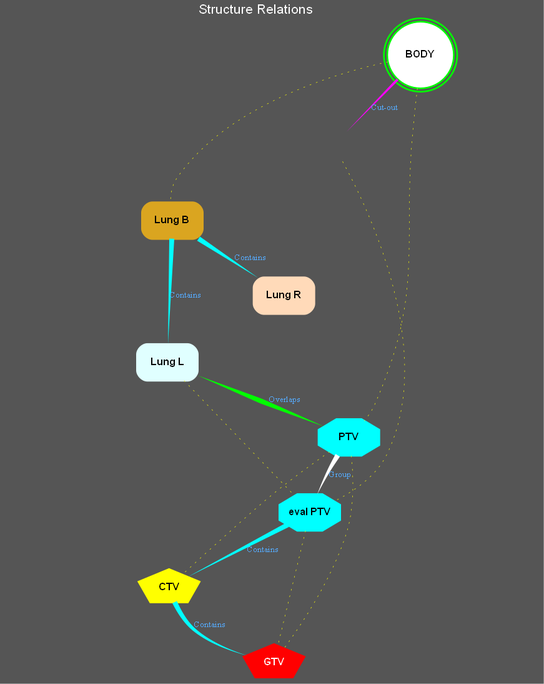
The Graphviz diagram test_graph.png in GregSal/StructureRelations, before a commit. Its source is kept beside it as test_graph.gv.
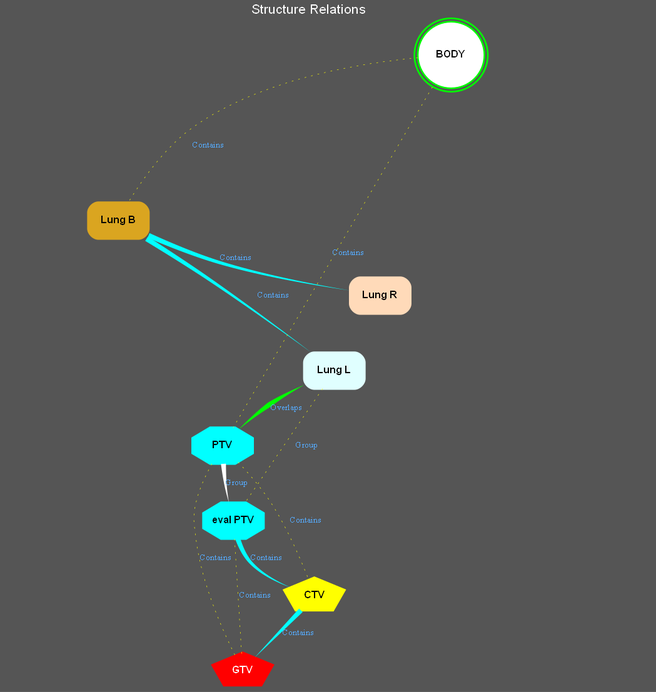
The same file after the commit.

Diff of the diagram source:
```diff
@@ -1,5 +1,5 @@
 strict graph "" {
-	graph [bb="0,0,683,816.2",
+	graph [bb="0,0,825,826.2",
 		bgcolor="#555555",
 		clusterrank=none,
 		fontcolor=white,
@@ -8,7 +8,7 @@
 		label="Structure Relations",
 		labelloc=t,
 		lheight=0.25,
-		lp="341.5,803.2",
+		lp="412.5,813.2",
 		lwidth=1.92
 	];
 	node [fixedsize=shape,
@@ -18,6 +18,7 @@
 		height=0.6,
 		label="\N",
 		labelloc=c,
+		nojustify=True,
 		penwidth=3,
 		style=filled,
 		width=1
@@ -28,116 +29,17 @@
 		fontcolor="#55AAFF",
 		fontsize=10,
 		labelfloat=False,
-		labelfontname=Times,
+		labelfontname=Cambria,
 		penwidth=3,
 		style=solid
 	];
-	subgraph External {
-		graph [cluster=True];
-		1	[color="#00ff00",
-			fillcolor=white,
-			fontcolor="#000000",
-			height=1.1111,
-			label=BODY,
-			penwidth=2,
-			pos="539,750.2",
-			shape=doublecircle,
-			tooltip="ID: BODY
-ROI: 1
-
-DICOM Type EXTERNAL
-Code: BODY
-Label: Body
-Scheme: 99VMS_STRUCTCODE
-Volume: 28951.626 cc
-Length: 33.8 cm
-Range: (\
-\
-10.6cm, -23.2cm)",
-			width=1.1111];
-	}
-	subgraph Target {
-		graph [cluster=True];
-		38	[color="#ff0000",
-			fontcolor="#FFFFFF",
-			height=0.59722,
-			label=GTV,
-			pos="363,21.5",
-			shape=pentagon,
-			tooltip="ID: GTV
-ROI: 38
-
-DICOM Type GTV
-Code: GTVp
-Label: Primary Gross Tumor Volume
-Scheme: 99VMS_STRUCTCODE
-Volume: 8.03 cc
-Length: 2.6 \
-\
-cm
-Range: (-0.4cm, -3cm)"];
-		24	[color="#ffff00",
-			fontcolor="#000000",
-			height=0.59722,
-			label=CTV,
-			pos="237,111.5",
-			shape=pentagon,
-			tooltip="ID: CTV
-ROI: 24
-
-DICOM Type GTV
-Code: ITV
-Label: Internal Target Volume
-Scheme: 99VMS_STRUCTCODE
-Volume: 34.45 cc
-Length: 3.6 cm
-\
-\
-Range: (0cm, -3.6cm)"];
-		30	[color="#00ffff",
-			fontcolor="#000000",
-			height=0.59722,
-			label=PTV,
-			pos="453,291.5",
-			shape=octagon,
-			tooltip="ID: PTV
-ROI: 30
-
-DICOM Type PTV
-Code: PTVp
-Label: Primary Planning Target Volume
-Scheme: 99VMS_STRUCTCODE
-Volume: 74.649 cc
-Length: \
-\
-4.6 cm
-Range: (0.6cm, -4.0cm)"];
-		41	[color="#00ffff",
-			fontcolor="#000000",
-			height=0.59722,
-			label="eval PTV",
-			pos="406,201.5",
-			shape=octagon,
-			tooltip="ID: eval PTV
-ROI: 41
-
-DICOM Type PTV
-Code: PTVp
-Label: Primary Planning Target Volume
-Scheme: 99VMS_STRUCTCODE
-Volume: 74.649 cc
-\
-\
-Length: 4.6 cm
-Range: (0.6cm, -4.0cm)"];
-	}
 	subgraph Organ {
 		graph [cluster=True];
 		26	[color="#e0ffff",
 			fontcolor="#000000",
 			height=0.59722,
 			label="Lung L",
-			pos="235,381.5",
+			pos="443,381.5",
 			shape=rectangle,
 			style="rounded, filled",
 			tooltip="ID: Lung L
@@ -154,7 +56,7 @@
 			fontcolor="#000000",
 			height=0.59722,
 			label="Lung R",
-			pos="375,461.5",
+			pos="498,471.5",
 			shape=rectangle,
 			style="rounded, filled",
 			tooltip="ID: Lung R
@@ -173,7 +75,7 @@
 			fontcolor="#000000",
 			height=0.59722,
 			label="Lung B",
-			pos="241,551.5",
+			pos="184,561.5",
 			shape=rectangle,
 			style="rounded, filled",
 			tooltip="ID: Lung B
@@ -191,7 +93,7 @@
 		2	[color="#f0fff0",
 			fontcolor="#000000",
 			label=Skin,
-			pos="435,641.6",
+			pos="341,651.6",
 			shape=point,
 			style=invis,
 			tooltip="ID: Skin
@@ -206,136 +108,338 @@
 Range: (10.6cm, -23.2cm)",
 			width=0.6];
 	}
-	26 -- 38	[pos="214.89,359.83 178.57,319.86 108.41,229.07 138,151 167.58,72.971 272.43,40.553 327.94,28.616",
+	subgraph Target {
+		graph [cluster=True];
+		38	[color="#ff0000",
+			fontcolor="#FFFFFF",
+			height=0.59722,
+			label=GTV,
+			pos="333,21.5",
+			shape=pentagon,
+			tooltip="ID: GTV
+ROI: 38
+
+DICOM Type GTV
+Code: GTVp
+Label: Primary Gross Tumor Volume
+Scheme: 99VMS_STRUCTCODE
+Volume: 8.03 cc
+Length: 2.6 \
+\
+cm
+Range: (-0.4cm, -3cm)"];
+		24	[color="#ffff00",
+			fontcolor="#000000",
+			height=0.59722,
+			label=CTV,
+			pos="419,111.5",
+			shape=pentagon,
+			tooltip="ID: CTV
+ROI: 24
+
+DICOM Type GTV
+Code: ITV
+Label: Internal Target Volume
+Scheme: 99VMS_STRUCTCODE
+Volume: 34.45 cc
+Length: 3.6 cm
+\
+\
+Range: (0cm, -3.6cm)"];
+		30	[color="#00ffff",
+			fontcolor="#000000",
+			height=0.59722,
+			label=PTV,
+			pos="309,291.5",
+			shape=octagon,
+			tooltip="ID: PTV
+ROI: 30
+
+DICOM Type PTV
+Code: PTVp
+Label: Primary Planning Target Volume
+Scheme: 99VMS_STRUCTCODE
+Volume: 74.649 cc
+Length: \
+\
+4.6 cm
+Range: (0.6cm, -4.0cm)"];
+		41	[color="#00ffff",
+			fontcolor="#000000",
+			height=0.59722,
+			label="eval PTV",
+			pos="322,201.5",
+			shape=octagon,
+			tooltip="ID: eval PTV
+ROI: 41
+
+DICOM Type PTV
+Code: PTVp
+Label: Primary Planning Target Volume
+Scheme: 99VMS_STRUCTCODE
+Volume: 74.649 cc
+\
+\
+Length: 4.6 cm
+Range: (0.6cm, -4.0cm)"];
+	}
+	subgraph External {
+		graph [cluster=True];
+		1	[color="#00ff00",
+			fillcolor=white,
+			fontcolor="#000000",
+			height=1.1111,
+			label=BODY,
+			penwidth=2,
+			pos="583,760.2",
+			shape=doublecircle,
+			tooltip="ID: BODY
+ROI: 1
+
+DICOM Type EXTERNAL
+Code: BODY
+Label: Body
+Scheme: 99VMS_STRUCTCODE
+Volume: 28951.626 cc
+Length: 33.8 cm
+Range: (\
+\
+10.6cm, -23.2cm)",
+			width=1.1111];
+	}
+	26 -- 38	[color=cyan,
+		dir=forward,
+		label=Contains,
+		lp="552.5,201.5",
+		penwidth=6,
+		pos="479.29,368.62 491.58,362.66 503.96,354.07 511,342 568.38,243.57 526.39,185.33 464,90 441.72,55.963 396.58,38.168 365.57,29.569",
 		style=invis];
-	26 -- 24	[pos="235.15,359.92 235.53,309.29 236.5,179.35 236.86,131",
+	26 -- 24	[color=cyan,
+		dir=forward,
+		label=Contains,
+		lp="455.5,246.5",
+		penwidth=6,
+		pos="442.56,359.94 441.6,323.54 438.75,245.45 431,180 429.03,163.33 425.59,144.55 422.89,131.04",
 		style=invis];
 	26 -- 30	[color=green,
 		dir=both,
 		label=Overlaps,
-		lp="375.5,336.5",
+		lp="385.5,336.5",
 		penwidth=6,
-		pos="271.49,365.77 314.15,348.55 383.95,320.37 423.4,304.45",
+		pos="406.83,364.36 393.88,358.02 379.43,350.28 367,342 353.12,332.75 338.85,320.62 327.94,310.68",
 		style=tapered];
 	26 -- 41	[color=yellow,
+		dir=forward,
+		label=Group,
+		lp="410.5,291.5",
 		penwidth=0.5,
-		pos="254.95,359.73 288.52,324.79 355.77,254.79 387.99,221.25",
+		pos="428.9,359.83 419.79,346.47 407.69,328.71 397,313 375.75,281.75 351.15,245.5 336.09,223.28",
 		style=dotted];
-	27 -- 26	[pos="338.99,440.79 328.06,434.78 316.03,428.14 305,422 294.03,415.89 282.12,409.19 271.29,403.08",
+	27 -- 26	[label=Disjoint,
+		lp="476,426.5",
+		pos="473.3,449.71 468.03,444.36 462.89,438.32 459,432 453.6,423.23 449.84,412.46 447.32,403.2",
 		style=invis];
-	27 -- 38	[pos="368.45,439.89 353.48,390.25 319.03,260.09 332,151 336.74,111.12 349.49,65.715 357.08,40.975",
+	27 -- 38	[label=Disjoint,
+		lp="620,246.5",
+		pos="520.71,449.69 526.28,444.16 532.06,438.04 537,432 586.68,371.31 621.83,347.02 607,270 585.28,157.22 556.24,115.25 455,61 426.71,\
+\
+45.842 391.49,35.53 366.17,29.422",
 		style=invis];
-	27 -- 24	[pos="345.85,439.89 339.94,434.61 334.25,428.56 330,422 329.47,421.18 250.3,151.94 250,151 247.87,144.27 245.42,136.93 243.23,130.47",
+	27 -- 24	[label=Disjoint,
+		lp="586,291.5",
+		pos="510.59,449.72 539.28,399.45 602.97,268.84 549,180 528.07,145.55 483.22,127.89 452.1,119.42",
 		style=invis];
-	27 -- 30	[pos="384.73,439.73 387.41,433.99 390.32,427.75 393,422 410.88,383.59 431.64,338.71 443.46,313.14",
+	27 -- 30	[label=Disjoint,
+		lp="381,381.5",
+		pos="461.99,459.5 432.56,448.99 391.47,430.6 364,403 338.45,377.33 322.67,337.4 314.89,313.22",
 		style=invis];
-	27 -- 41	[pos="377.48,439.82 383.29,391.51 397.69,271.68 403.5,223.28",
+	27 -- 41	[label=Disjoint,
+		lp="497,336.5",
+		pos="499.12,449.9 499.67,427.21 498.57,389.97 488,360 472.01,314.66 462.35,303.64 428,270 404.62,247.1 372.24,227.86 349.44,215.86",
 		style=invis];
 	25 -- 26	[color=cyan,
 		dir=forward,
 		label=Contains,
-		lp="256.5,461.5",
+		lp="369.5,471.5",
 		penwidth=6,
-		pos="240.26,529.9 239.11,497.57 236.88,435.28 235.73,403.01",
+		pos="217.74,539.71 238.73,526.61 266.17,509.17 290,493 334.6,462.73 385.06,425.74 415.43,403.16",
 		style=tapered];
 	25 -- 27	[color=cyan,
 		dir=forward,
 		label=Contains,
-		lp="334.5,506.5",
+		lp="324.5,516.5",
 		penwidth=6,
-		pos="272.42,529.87 293.92,515.75 322.32,497.1 343.78,483",
+		pos="220.19,543.73 244.13,533.15 276.45,519.87 306,511 359.24,495.02 422.79,483.75 461.77,477.69",
 		style=tapered];
-	25 -- 38	[pos="204.79,547.12 156.22,540.37 76,520.45 76,462.5 76,462.5 76,462.5 76,335.5 76,222.4 69.381,175.86 143,90 190.2,34.952 281.06,24.031 \
-\
-329.94,22.336",
+	25 -- 38	[color=cyan,
+		dir=forward,
+		label=Contains,
+		lp="64.5,291.5",
+		penwidth=6,
+		pos="147.74,553.73 106.86,543.76 46,520.81 46,472.5 46,472.5 46,472.5 46,110.5 46,58.319 221.61,33.927 298.1,25.778",
 		style=invis];
-	25 -- 24	[pos="204.95,542.03 167.4,530.81 114,507.03 114,462.5 114,462.5 114,462.5 114,335.5 114,292.69 141.2,289.41 162,252 186.32,208.26 213.97,\
-\
-156.21 227.92,129.77",
+	25 -- 24	[color=cyan,
+		dir=forward,
+		label=Contains,
+		lp="113.5,336.5",
+		penwidth=6,
+		pos="166.03,539.95 133.53,500.21 70.509,409.76 95,331 134.28,204.7 212.95,208.64 332,151 352.66,140.99 376.54,130.5 394.04,123",
 		style=invis];
-	25 -- 30	[pos="277.11,547.83 318.74,542.66 385.79,527.5 420,483 459.08,432.18 458.21,351.15 455.26,313.28",
+	25 -- 30	[color=green,
+		dir=both,
+		label=Overlaps,
+		lp="231.5,426.5",
+		penwidth=6,
+		pos="186.18,539.85 191.56,497.13 208.76,397.5 257,331 263.99,321.36 274.11,313.11 283.56,306.74",
 		style=invis];
-	25 -- 41	[pos="226.58,529.97 203.36,494.17 162.9,418.57 190,360 226.35,281.45 324.38,233.76 374.92,213.65",
+	25 -- 41	[color=cyan,
+		dir=forward,
+		label=Contains,
+		lp="156.5,381.5",
+		penwidth=6,
+		pos="175.02,539.98 151.34,482.41 94.788,318.51 181,241 211.66,213.44 232.52,234.88 272,223 279.19,220.84 286.77,218.03 293.79,215.18",
 		style=invis];
-	2 -- 26	[pos="419.71,625.67 396.53,602.58 351.83,556.25 320,512 298.49,482.11 299.35,470.69 279,440 270.6,427.32 260.31,413.78 251.79,403.03",
+	2 -- 26	[label=Disjoint,
+		lp="423,516.5",
+		pos="351.05,632.3 364.25,607.74 387.55,562.53 403,522 418.71,480.8 431.63,430.74 438.24,403.19",
 		style=invis];
-	2 -- 27	[pos="428.35,620.86 416.91,586.9 393.61,517.73 381.96,483.15",
+	2 -- 27	[label=Disjoint,
+		lp="473,561.5",
+		pos="359,638.72 369.74,631.39 383.49,621.59 395,612 409.25,600.13 413.15,597.27 425,583 449.24,553.82 472.56,516.35 486.07,493.4",
 		style=invis];
 	2 -- 25	[label=Disjoint,
-		lp="275,596.5",
-		pos="413.54,638.54 371.61,634.11 280.9,622.39 258,602 249.86,594.75 245.61,583.42 243.4,573.43",
+		lp="256,606.5",
+		pos="320.04,645.15 298.66,639.04 265.03,627.86 239,612 225.95,604.04 213.14,592.79 203.18,583.02",
 		style=invis];
-	2 -- 38	[pos="452.19,628.32 502.34,590.89 645,472.58 645,337.5 645,337.5 645,337.5 645,110.5 645,59.277 473.31,34.413 397.86,25.96",
+	2 -- 38	[color=blue,
+		dir=forward,
+		label=Island,
+		lp="12.5,336.5",
+		pos="325.21,636.66 321.7,634.13 317.87,631.74 314,630 275.58,612.78 262.21,620.6 221,612 122.47,591.43 0,663.16 0,562.5 0,562.5 0,562.5 \
+\
+0,110.5 0,49.133 214.06,29.601 298.93,24.269",
 		style=invis];
-	2 -- 24	[pos="413.37,640.47 330.53,639.38 38,630.07 38,552.5 38,552.5 38,552.5 38,335.5 38,230.42 162.52,152.05 214.56,123.88",
+	2 -- 24	[color=blue,
+		dir=forward,
+		label=Island,
+		lp="637.5,381.5",
+		pos="361.95,645.96 393.86,637.97 455.01,618.9 494,583 612.42,473.97 621.75,411.81 641,252 648.52,189.59 596.53,182.26 542,151 526.18,\
+\
+141.93 480.64,128.8 449.64,120.46",
 		style=invis];
-	2 -- 30	[pos="438.6,620.02 445.63,578.93 461.09,483.71 468,403 470.31,375.97 469.56,369.12 470,342 470.08,337.11 471.01,335.78 470,331 468.73,\
+	2 -- 30	[color=blue,
+		dir=forward,
+		label=Island,
+		lp="273.5,471.5",
+		pos="340.35,629.82 338.37,600.08 330.62,545.22 301,511 288.24,496.26 271.59,509.37 261,493 241.61,463.02 281.59,358 300.18,313.11",
+		style=invis];
+	2 -- 41	[color=blue,
+		dir=forward,
+		label=Island,
+		lp="193.5,426.5",
+		pos="334.25,630.67 323.99,602.22 302.5,549.19 273,511 265.49,501.27 261.33,501.01 252,493 220.43,465.91 198.36,469.81 181,432 161.09,\
 \
-324.99 466.47,318.79 463.99,313.15",
+388.65 262.45,268.66 304.45,221.7",
 		style=invis];
-	2 -- 41	[color=yellow,
-		penwidth=0.5,
-		pos="445.38,622.51 475.89,566.78 559.36,394.01 498,270 485.17,244.08 457.05,225.77 435.26,214.82",
-		style=dotted];
-	1 -- 26	[pos="499.09,746.28 440.09,740.09 328.74,721.06 256,663.2 218.32,633.23 209.93,619.09 196,573 177.69,512.41 207.12,438.38 224.18,403.1",
+	1 -- 26	[color=cyan,
+		dir=forward,
+		label=Contains,
+		lp="606.5,561.5",
+		penwidth=6,
+		pos="588.57,720.55 595.48,657.82 600.15,532.55 543,450 527.14,427.1 500.77,409.77 479.09,398.41",
 		style=invis];
-	1 -- 27	[pos="527.54,711.73 524.15,701.69 520.2,690.93 516,681.2 478.62,594.63 459.7,577.09 404,501 399.75,495.19 395.08,488.94 390.76,483.2",
+	1 -- 27	[color=cyan,
+		dir=forward,
+		label=Contains,
+		lp="556.5,606.5",
+		penwidth=6,
+		pos="571.89,721.72 553.75,660.55 518.39,541.27 504.15,493.26",
 		style=invis];
 	1 -- 25	[color=yellow,
+		dir=forward,
+		label=Contains,
+		lp="291.5,651.6",
 		penwidth=0.5,
-		pos="499.77,741.99 434.88,727.81 306.37,689.68 246,602 240.32,593.75 238.76,582.81 238.75,573.32",
+		pos="543.08,756.79 480.19,751.22 356.64,732.91 273,673.2 238.88,648.84 210.83,608.02 195.83,583.34",
 		style=dotted];
 	1 -- 2	[color=magenta,
 		dir=forward,
 		label="Cut-out",
-		lp="496,686.7",
-		pos="511.4,720.91 491.66,700.68 465.86,674.23 449.86,657.83",
-		style=tapered];
-	1 -- 38	[pos="577.59,738.85 620.24,724.79 683,695.17 683,642.6 683,642.6 683,642.6 683,110.5 683,51.73 479.8,30.744 397.25,24.643",
+		lp="376,696.7",
+		pos="542.88,759.57 493.87,757.87 411.18,747.78 360,702.2 351.6,694.72 346.89,683.1 344.26,672.99",
 		style=invis];
-	1 -- 24	[pos="498.93,749.78 374.01,750.54 0,744.31 0,642.6 0,642.6 0,642.6 0,335.5 0,256.95 26.286,233.28 84,180 118.88,147.8 171.61,129.2 205.17,\
-\
-119.96",
+	1 -- 38	[color=cyan,
+		dir=forward,
+		label=Contains,
+		lp="806.5,381.5",
+		penwidth=6,
+		pos="623.01,756.1 682.67,749.06 788,726.21 788,652.6 788,652.6 788,652.6 788,110.5 788,24.411 470.05,20.758 365.72,21.877",
+		style=invis];
+	1 -- 24	[color=cyan,
+		dir=forward,
+		label=Contains,
+		lp="754.5,426.5",
+		penwidth=6,
+		pos="622,750.17 667.33,737.09 736,708.12 736,652.6 736,652.6 736,652.6 736,245.5 736,123 532.23,111.44 451.43,111.67",
 		style=invis];
 	1 -- 30	[color=yellow,
+		dir=forward,
+		label=Contains,
+		lp="380.5,516.5",
 		penwidth=0.5,
-		pos="535.17,710.35 534.18,700.81 533.09,690.63 532,681.2 514.01,525.13 546.9,474.96 484,331 480.91,323.92 476.16,317.06 471.3,311.14",
+		pos="550.23,736.94 498.57,699.62 400.14,618.89 362,522 360.21,517.45 360.68,515.71 362,511 364.54,501.97 370.46,502.03 373,493 378.18,\
+\
+474.6 379.82,467.85 373,450 363.01,423.83 343.51,428.07 331,403 316.5,373.95 311.55,336.11 309.87,313.1",
 		style=dotted];
-	1 -- 41	[pos="574.55,731.66 605.01,713.84 644,683.12 644,642.6 644,642.6 644,642.6 644,505.5 644,370.36 602.73,321.26 494,241 477.23,228.62 455.86,\
+	1 -- 41	[color=cyan,
+		dir=forward,
+		label=Contains,
+		lp="691.5,471.5",
+		penwidth=6,
+		pos="616.27,737.64 641.19,718.6 671,688.36 671,652.6 671,652.6 671,652.6 671,515.5 671,402.74 700.1,333.61 607,270 576.73,249.32 478.69,\
 \
-219.15 438.37,212.7",
+260.37 443,252 429.17,248.76 426.35,245.85 413,241 390.8,232.93 384.71,232.3 363,223 358.32,221 353.41,218.71 348.69,216.41",
 		style=invis];
 	24 -- 38	[color=cyan,
 		dir=forward,
 		label=Contains,
-		lp="285.5,66.5",
+		lp="399.5,66.5",
 		penwidth=6,
-		pos="243.73,93.896 248.76,83.26 256.58,69.842 267,61 285.35,45.431 310.79,35.612 330.87,29.79",
+		pos="402.82,93.948 386.86,77.617 362.7,52.888 347.39,37.223",
 		style=tapered];
 	30 -- 38	[color=yellow,
+		dir=forward,
+		label=Contains,
+		lp="300.5,156.5",
 		penwidth=0.5,
-		pos="455.87,269.64 458.24,247.04 459.93,210.17 451,180 434.39,123.83 395.09,65.683 375.11,38.417",
+		pos="296.23,269.79 289.02,256.86 280.73,239.57 277,223 272.8,204.36 274.74,198.98 277,180 283.38,126.4 310.05,67.544 324.16,39.365",
 		style=dotted];
 	30 -- 24	[color=yellow,
+		dir=forward,
+		label=Contains,
+		lp="408.5,201.5",
 		penwidth=0.5,
-		pos="429.86,274.44 410.98,261.12 383.79,241.45 361,223 339.6,205.68 281.1,152.69 252.78,126.9",
+		pos="327.49,271.82 339.69,258.85 355.49,240.77 367,223 386.83,192.39 403.49,153.03 412.28,130.5",
 		style=dotted];
 	30 -- 41	[color=white,
 		dir=forward,
 		label=Group,
-		lp="442.5,246.5",
+		lp="326.5,246.5",
 		penwidth=6,
-		pos="439.57,270 435.99,264.26 432.22,257.96 429,252 423.95,242.67 418.91,232.03 414.85,223.01",
+		pos="309.99,269.71 310.59,260.83 311.53,250.37 313,241 313.91,235.17 315.23,228.91 316.57,223.17",
 		style=tapered];
 	41 -- 38	[color=yellow,
+		dir=forward,
+		label=Contains,
+		lp="347.5,111.5",
 		penwidth=0.5,
-		pos="400.98,179.73 392.52,144.7 375.54,74.418 367.47,40.987",
+		pos="323.28,179.73 325.45,144.7 329.79,74.418 331.86,40.987",
 		style=dotted];
 	41 -- 24	[color=cyan,
 		dir=forward,
 		label=Contains,
-		lp="349.5,156.5",
+		lp="361.5,156.5",
 		penwidth=6,
-		pos="379.59,186.75 346.45,169.49 290.2,140.2 259.18,124.05",
+		pos="327.17,179.87 330.43,170.19 335.48,159.05 343,151 355.93,137.17 374.93,127.54 390.69,121.38",
 		style=tapered];
 }
```
